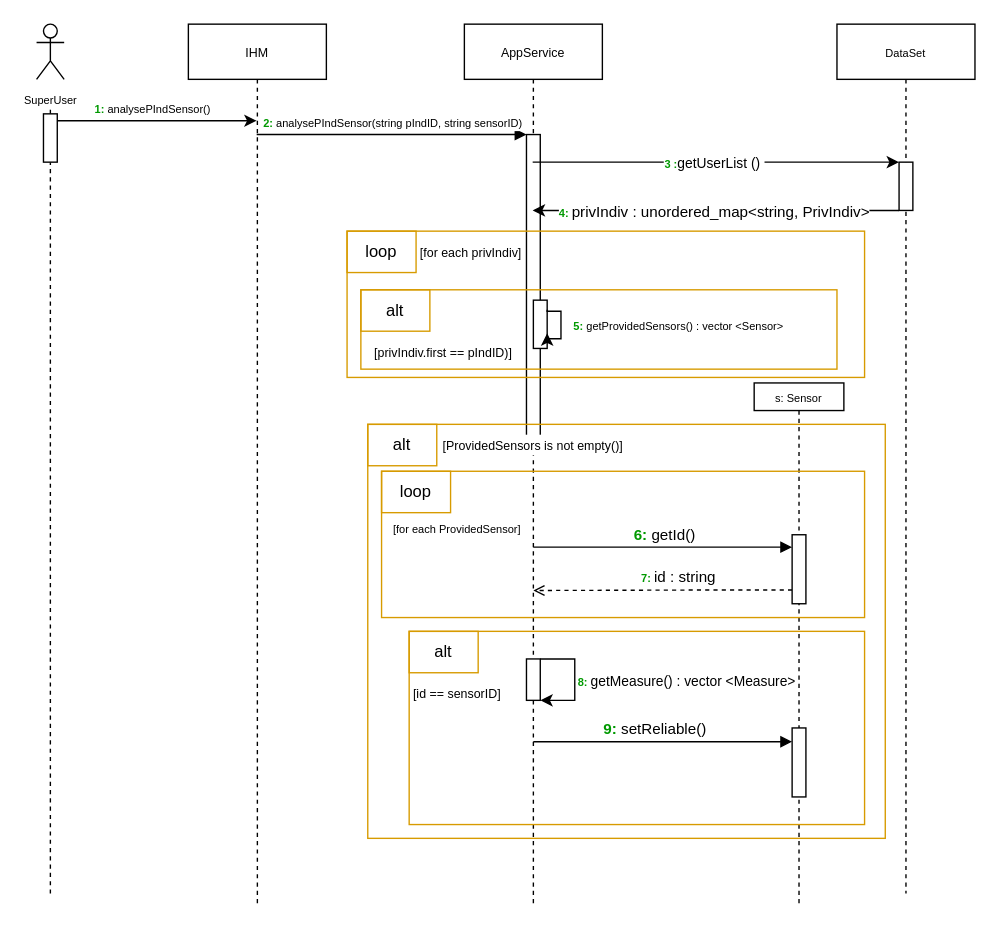
This is UML stuff/seqDiagSetReliable.drawio from NourJadiri/AirWatcher, a draw.io file, before an edit. Source tidied: cells renumbered, new cells numbered last; positions are measured from the earlier drawing's top-left corner, leaving out a move shared by most shapes. Both pictures are drawn from the tidied source at 138%, with x=0, y=0 at pixel (36, 23).
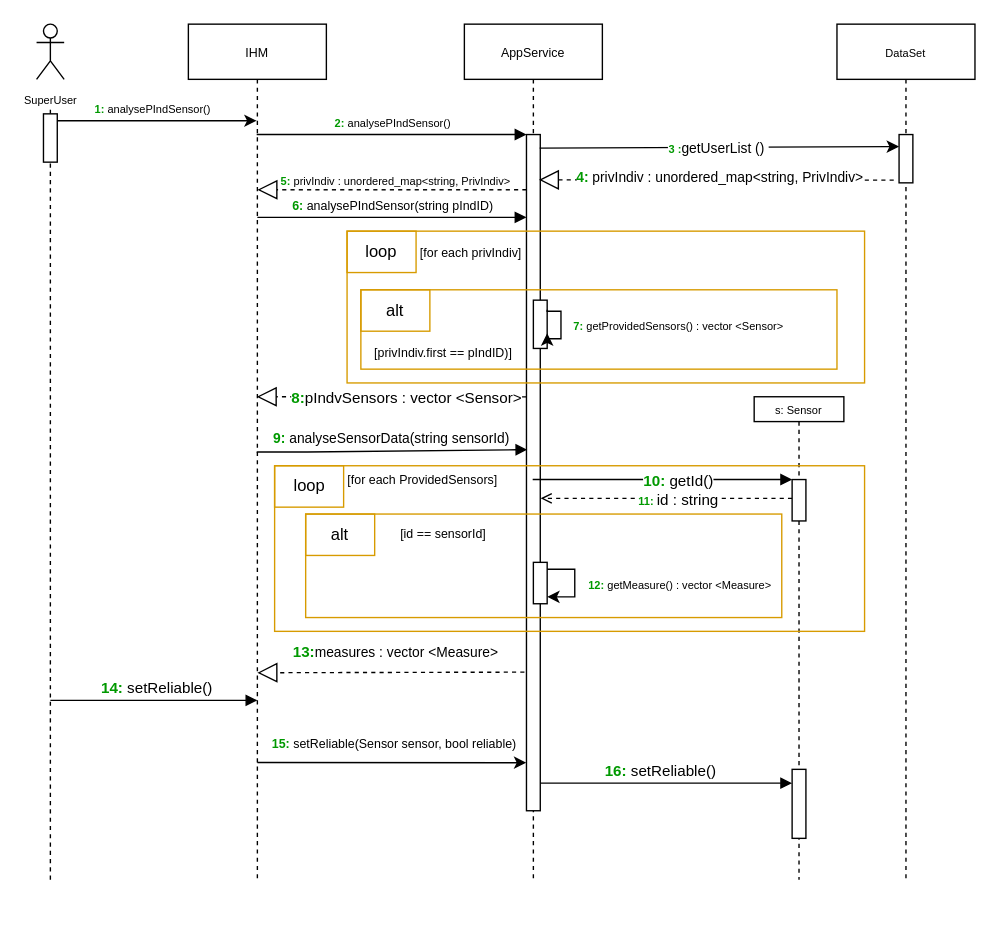
After the change.

The change refers to these unchanged cells:
```xml
<mxCell id="9" style="rounded=0;whiteSpace=wrap;html=1;" parent="1" vertex="1">
  <mxGeometry x="5" y="65" width="10" height="35" as="geometry" />
</mxCell>
```

Change to the diagram source:
```diff
@@
     <mxCell id="2" value="&lt;font style=&quot;font-size: 9px;&quot;&gt;AppService&lt;/font&gt;" style="shape=umlLifeline;perimeter=lifelinePerimeter;whiteSpace=wrap;html=1;outlineConnect=0;portConstraint=eastwest;newEdgeStyle={&quot;edgeStyle&quot;:&quot;elbowEdgeStyle&quot;,&quot;elbow&quot;:&quot;vertical&quot;,&quot;curved&quot;:0,&quot;rounded&quot;:0};" parent="1" vertex="1">
-      <mxGeometry x="310" width="100" height="640" as="geometry" />
+      <mxGeometry x="310" width="100" height="620" as="geometry" />
     </mxCell>
-    <mxCell id="3" value="&lt;font style=&quot;font-size: 8px;&quot;&gt;&lt;b&gt;&lt;font color=&quot;#009900&quot;&gt;2:&lt;/font&gt; &lt;/b&gt;analysePIndSensor(string pIndID, string sensorID)&lt;/font&gt;" style="html=1;verticalAlign=bottom;endArrow=block;edgeStyle=elbowEdgeStyle;elbow=vertical;curved=0;rounded=0;" parent="1" edge="1" source="10">
+    <mxCell id="3" value="&lt;font style=&quot;font-size: 8px;&quot;&gt;&lt;b&gt;&lt;font color=&quot;#009900&quot;&gt;2:&lt;/font&gt; &lt;/b&gt;analysePIndSensor()&lt;/font&gt;" style="html=1;verticalAlign=bottom;endArrow=block;edgeStyle=elbowEdgeStyle;elbow=vertical;curved=0;rounded=0;" parent="1" edge="1" source="10">
       <mxGeometry relative="1" as="geometry">
         <mxPoint x="355" y="80" as="targetPoint" />
         <Array as="points">
           <mxPoint x="270" y="80" />
         </Array>
       </mxGeometry>
     </mxCell>
     <mxCell id="4" value="&lt;font style=&quot;font-size: 8px;&quot;&gt;DataSet&lt;br&gt;&lt;/font&gt;" style="shape=umlLifeline;perimeter=lifelinePerimeter;whiteSpace=wrap;html=1;newEdgeStyle={&quot;edgeStyle&quot;:&quot;elbowEdgeStyle&quot;,&quot;elbow&quot;:&quot;vertical&quot;,&quot;curved&quot;:0,&quot;rounded&quot;:0};" parent="1" vertex="1">
-      <mxGeometry x="580" width="100" height="630" as="geometry" />
+      <mxGeometry x="580" width="100" height="620" as="geometry" />
     </mxCell>
     <mxCell id="5" style="rounded=0;whiteSpace=wrap;html=1;" parent="1" vertex="1">
-      <mxGeometry x="355" y="80" width="10" height="230" as="geometry" />
+      <mxGeometry x="355" y="80" width="10" height="490" as="geometry" />
     </mxCell>
@@
     <mxCell id="8" style="endArrow=none;dashed=1;html=1;rounded=0;" parent="1" edge="1" target="9">
       <mxGeometry relative="1" as="geometry">
-        <mxPoint x="10" y="630" as="sourcePoint" />
+        <mxPoint x="10" y="620" as="sourcePoint" />
       </mxGeometry>
     </mxCell>
@@
     <mxCell id="10" value="&lt;font style=&quot;font-size: 9px;&quot;&gt;IHM&lt;/font&gt;" style="shape=umlLifeline;perimeter=lifelinePerimeter;whiteSpace=wrap;html=1;outlineConnect=0;portConstraint=eastwest;newEdgeStyle={&quot;edgeStyle&quot;:&quot;elbowEdgeStyle&quot;,&quot;elbow&quot;:&quot;vertical&quot;,&quot;curved&quot;:0,&quot;rounded&quot;:0};" parent="1" vertex="1">
-      <mxGeometry x="110" width="100" height="640" as="geometry" />
+      <mxGeometry x="110" width="100" height="620" as="geometry" />
     </mxCell>
@@
-    <mxCell id="14" value="&lt;font style=&quot;font-size: 8px;&quot;&gt;&lt;b style=&quot;border-color: var(--border-color);&quot;&gt;&lt;font style=&quot;border-color: var(--border-color);&quot; color=&quot;#009900&quot;&gt;5:&lt;/font&gt;&amp;nbsp;&lt;/b&gt;getProvidedSensors() : vector &amp;lt;Sensor&amp;gt;&lt;/font&gt;" style="text;html=1;align=center;verticalAlign=middle;strokeColor=none;fillColor=none;" parent="1" vertex="1">
+    <mxCell id="14" value="&lt;font style=&quot;font-size: 8px;&quot;&gt;&lt;b style=&quot;border-color: var(--border-color);&quot;&gt;&lt;font style=&quot;border-color: var(--border-color);&quot; color=&quot;#009900&quot;&gt;7:&lt;/font&gt;&amp;nbsp;&lt;/b&gt;getProvidedSensors() : vector &amp;lt;Sensor&amp;gt;&lt;/font&gt;" style="text;html=1;align=center;verticalAlign=middle;strokeColor=none;fillColor=none;" parent="1" vertex="1">
       <mxGeometry x="375" y="202.5" width="180" height="30" as="geometry" />
     </mxCell>
@@
-    <mxCell id="16" style="endArrow=block;html=1;rounded=0;endFill=1;" parent="1" edge="1" target="44">
+    <mxCell id="16" style="endArrow=block;html=1;rounded=0;endFill=1;" parent="1" edge="1" source="2" target="44">
       <mxGeometry relative="1" as="geometry">
-        <mxPoint x="360" y="379" as="sourcePoint" />
         <Array as="points">
-          <mxPoint x="400" y="379" />
+          <mxPoint x="370" y="330" />
         </Array>
       </mxGeometry>
     </mxCell>
-    <mxCell id="17" value="&lt;b style=&quot;border-color: var(--border-color); caret-color: rgb(0, 153, 0); color: rgb(0, 153, 0);&quot;&gt;6:&amp;nbsp;&lt;/b&gt;getId()" style="edgeLabel;html=1;align=center;verticalAlign=middle;" parent="16" vertex="1">
+    <mxCell id="17" value="&lt;b style=&quot;border-color: var(--border-color); caret-color: rgb(0, 153, 0); color: rgb(0, 153, 0);&quot;&gt;10:&amp;nbsp;&lt;/b&gt;getId()" style="edgeLabel;html=1;align=center;verticalAlign=middle;" parent="16" vertex="1">
       <mxGeometry x="-0.41" y="2" relative="1" as="geometry">
-        <mxPoint x="39" y="-8" as="offset" />
+        <mxPoint x="50" y="2" as="offset" />
       </mxGeometry>
     </mxCell>
-    <mxCell id="18" style="endArrow=open;html=1;rounded=0;endFill=0;dashed=1;entryX=1.055;entryY=0.269;entryDx=0;entryDy=0;entryPerimeter=0;" parent="1" edge="1" source="44">
-      <mxGeometry relative="1" as="geometry">
-        <mxPoint x="360" y="410.4" as="targetPoint" />
-        <Array as="points">
-          <mxPoint x="500" y="410" />
-        </Array>
-      </mxGeometry>
+    <mxCell id="18" style="endArrow=open;html=1;rounded=0;endFill=0;dashed=1;entryX=1.024;entryY=0.538;entryDx=0;entryDy=0;entryPerimeter=0;" parent="1" edge="1" source="44" target="5">
+      <mxGeometry relative="1" as="geometry" />
     </mxCell>
-    <mxCell id="19" value="&lt;b style=&quot;font-size: 8px;&quot;&gt;&lt;font color=&quot;#009900&quot;&gt;7:&amp;nbsp;&lt;/font&gt;&lt;/b&gt;id : string" style="edgeLabel;html=1;align=center;verticalAlign=middle;" parent="18" vertex="1">
+    <mxCell id="19" value="&lt;b style=&quot;font-size: 8px;&quot;&gt;&lt;font color=&quot;#009900&quot;&gt;11:&amp;nbsp;&lt;/font&gt;&lt;/b&gt;id : string" style="edgeLabel;html=1;align=center;verticalAlign=middle;" parent="18" vertex="1">
       <mxGeometry x="0.28" y="1" relative="1" as="geometry">
-        <mxPoint x="37" y="-11" as="offset" />
+        <mxPoint x="34" as="offset" />
       </mxGeometry>
     </mxCell>
-    <mxCell id="20" style="endArrow=classic;html=1;rounded=0;entryX=0;entryY=0;entryDx=0;entryDy=0;" parent="1" edge="1" source="2" target="22">
-      <mxGeometry relative="1" as="geometry">
-        <Array as="points">
-          <mxPoint x="420" y="100" />
-        </Array>
-      </mxGeometry>
+    <mxCell id="20" style="endArrow=classic;html=1;rounded=0;exitX=0.957;exitY=0.02;exitDx=0;exitDy=0;exitPerimeter=0;entryX=0;entryY=0.25;entryDx=0;entryDy=0;" parent="1" edge="1" source="5" target="22">
+      <mxGeometry relative="1" as="geometry" />
     </mxCell>
@@
     <mxCell id="22" style="whiteSpace=wrap;html=1;" parent="1" vertex="1">
-      <mxGeometry x="625" y="100" width="10" height="35" as="geometry" />
+      <mxGeometry x="625" y="80" width="10" height="35" as="geometry" />
     </mxCell>
-    <mxCell id="23" style="endArrow=classic;html=1;rounded=0;exitX=0;exitY=1;exitDx=0;exitDy=0;" parent="1" edge="1" source="22" target="2">
-      <mxGeometry relative="1" as="geometry" />
-    </mxCell>
-    <mxCell id="24" value="&lt;b style=&quot;font-size: 8px;&quot;&gt;&lt;font color=&quot;#009900&quot;&gt;4:&amp;nbsp;&lt;/font&gt;&lt;/b&gt;privIndiv : unordered_map&amp;lt;string, PrivIndiv&amp;gt;" style="edgeLabel;html=1;align=center;verticalAlign=middle;" parent="23" vertex="1">
-      <mxGeometry x="0.11" y="1" relative="1" as="geometry">
-        <mxPoint x="12" y="-1" as="offset" />
-      </mxGeometry>
-    </mxCell>
@@
     <mxCell id="30" value="alt" style="rounded=0;whiteSpace=wrap;html=1;fillColor=none;strokeColor=#d79b00;" parent="1" vertex="1">
-      <mxGeometry x="240" y="290" width="50" height="30" as="geometry" />
+      <mxGeometry x="195" y="355" width="50" height="30" as="geometry" />
     </mxCell>
     <mxCell id="31" style="rounded=0;whiteSpace=wrap;html=1;fillColor=none;strokeColor=#d79b00;" parent="1" vertex="1">
-      <mxGeometry x="225" y="150" width="375" height="106" as="geometry" />
+      <mxGeometry x="225" y="150" width="375" height="110" as="geometry" />
     </mxCell>
-    <mxCell id="32" value="loop" style="rounded=0;whiteSpace=wrap;html=1;fillColor=none;strokeColor=#d79b00;" parent="1" vertex="1">
-      <mxGeometry x="250" y="324" width="50" height="30" as="geometry" />
-    </mxCell>
-    <mxCell id="33" value="&lt;font style=&quot;font-size: 9px;&quot;&gt;[ProvidedSensors is not empty()]&lt;/font&gt;" style="text;html=1;strokeColor=none;fillColor=none;align=center;verticalAlign=middle;whiteSpace=wrap;rounded=0;labelBackgroundColor=default;" parent="1" vertex="1">
-      <mxGeometry x="285" y="290" width="150" height="30" as="geometry" />
-    </mxCell>
-    <mxCell id="34" value="alt" style="rounded=0;whiteSpace=wrap;html=1;fillColor=none;strokeColor=#d79b00;" parent="1" vertex="1">
-      <mxGeometry x="270" y="440" width="50" height="30" as="geometry" />
-    </mxCell>
-    <mxCell id="35" value="&lt;font style=&quot;font-size: 9px;&quot;&gt;[id == sensorID]&lt;/font&gt;" style="text;html=1;strokeColor=none;fillColor=none;align=center;verticalAlign=middle;whiteSpace=wrap;rounded=0;labelBackgroundColor=default;" parent="1" vertex="1">
-      <mxGeometry x="230" y="470" width="150" height="30" as="geometry" />
+    <mxCell id="35" value="&lt;font style=&quot;font-size: 9px;&quot;&gt;[id == sensorId]&lt;/font&gt;" style="text;html=1;strokeColor=none;fillColor=none;align=center;verticalAlign=middle;whiteSpace=wrap;rounded=0;labelBackgroundColor=default;" parent="1" vertex="1">
+      <mxGeometry x="220" y="353.5" width="150" height="30" as="geometry" />
     </mxCell>
     <mxCell id="36" style="endArrow=block;html=1;rounded=0;endFill=1;" parent="1" edge="1" target="43">
       <mxGeometry relative="1" as="geometry">
-        <mxPoint x="360" y="520" as="sourcePoint" />
+        <mxPoint x="365" y="550" as="sourcePoint" />
         <Array as="points">
-          <mxPoint x="400" y="520" />
+          <mxPoint x="405" y="550" />
         </Array>
       </mxGeometry>
     </mxCell>
-    <mxCell id="37" value="&lt;b style=&quot;border-color: var(--border-color); caret-color: rgb(0, 153, 0); color: rgb(0, 153, 0);&quot;&gt;9:&amp;nbsp;&lt;/b&gt;setReliable()" style="edgeLabel;html=1;align=center;verticalAlign=middle;" parent="36" vertex="1">
+    <mxCell id="37" value="&lt;b style=&quot;border-color: var(--border-color); caret-color: rgb(0, 153, 0); color: rgb(0, 153, 0);&quot;&gt;16:&amp;nbsp;&lt;/b&gt;setReliable()" style="edgeLabel;html=1;align=center;verticalAlign=middle;" parent="36" vertex="1">
       <mxGeometry x="-0.41" y="2" relative="1" as="geometry">
         <mxPoint x="32" y="-8" as="offset" />
       </mxGeometry>
     </mxCell>
-    <mxCell id="38" style="html=1;points=[];perimeter=orthogonalPerimeter;outlineConnect=0;targetShapes=umlLifeline;portConstraint=eastwest;newEdgeStyle={&quot;edgeStyle&quot;:&quot;elbowEdgeStyle&quot;,&quot;elbow&quot;:&quot;vertical&quot;,&quot;curved&quot;:0,&quot;rounded&quot;:0};" parent="1" vertex="1">
-      <mxGeometry x="355" y="460" width="10" height="30" as="geometry" />
-    </mxCell>
-    <mxCell id="39" style="endArrow=classic;html=1;rounded=0;" parent="1" edge="1" source="38" target="38">
-      <mxGeometry relative="1" as="geometry">
-        <Array as="points">
-          <mxPoint x="390" y="460" />
-        </Array>
-      </mxGeometry>
-    </mxCell>
-    <mxCell id="40" value="&lt;font style=&quot;font-size: 10px;&quot;&gt;&lt;b style=&quot;font-size: 8px;&quot;&gt;&lt;font color=&quot;#009900&quot;&gt;8:&amp;nbsp;&lt;/font&gt;&lt;/b&gt;getMeasure() : vector &amp;lt;Measure&amp;gt;&lt;/font&gt;" style="edgeLabel;html=1;align=center;verticalAlign=middle;" parent="39" vertex="1">
-      <mxGeometry x="0.01" relative="1" as="geometry">
-        <mxPoint x="80" as="offset" />
-      </mxGeometry>
-    </mxCell>
-    <mxCell id="41" value="&lt;font style=&quot;font-size: 8px;&quot;&gt;[for each ProvidedSensor]&lt;/font&gt;" style="text;html=1;strokeColor=none;fillColor=none;align=center;verticalAlign=middle;whiteSpace=wrap;rounded=0;labelBackgroundColor=default;" parent="1" vertex="1">
-      <mxGeometry x="230" y="350" width="150" height="30" as="geometry" />
-    </mxCell>
-    <mxCell id="42" value="&lt;font style=&quot;font-size: 8px;&quot;&gt;s: Sensor&lt;br&gt;&lt;/font&gt;" style="shape=umlLifeline;perimeter=lifelinePerimeter;whiteSpace=wrap;html=1;newEdgeStyle={&quot;edgeStyle&quot;:&quot;elbowEdgeStyle&quot;,&quot;elbow&quot;:&quot;vertical&quot;,&quot;curved&quot;:0,&quot;rounded&quot;:0};size=20;" parent="1" vertex="1">
-      <mxGeometry x="520" y="260" width="65" height="380" as="geometry" />
+    <mxCell id="42" value="&lt;font style=&quot;font-size: 8px;&quot;&gt;s: Sensor&lt;br&gt;&lt;/font&gt;" style="shape=umlLifeline;perimeter=lifelinePerimeter;whiteSpace=wrap;html=1;newEdgeStyle={&quot;edgeStyle&quot;:&quot;elbowEdgeStyle&quot;,&quot;elbow&quot;:&quot;vertical&quot;,&quot;curved&quot;:0,&quot;rounded&quot;:0};size=18;" parent="1" vertex="1">
+      <mxGeometry x="520" y="270" width="65" height="350" as="geometry" />
     </mxCell>
+    <mxCell id="44" style="html=1;points=[];perimeter=orthogonalPerimeter;outlineConnect=0;targetShapes=umlLifeline;portConstraint=eastwest;newEdgeStyle={&quot;edgeStyle&quot;:&quot;elbowEdgeStyle&quot;,&quot;elbow&quot;:&quot;vertical&quot;,&quot;curved&quot;:0,&quot;rounded&quot;:0};" parent="42" vertex="1">
+      <mxGeometry x="27.5" y="60" width="10" height="30" as="geometry" />
+    </mxCell>
     <mxCell id="43" style="html=1;points=[];perimeter=orthogonalPerimeter;outlineConnect=0;targetShapes=umlLifeline;portConstraint=eastwest;newEdgeStyle={&quot;edgeStyle&quot;:&quot;elbowEdgeStyle&quot;,&quot;elbow&quot;:&quot;vertical&quot;,&quot;curved&quot;:0,&quot;rounded&quot;:0};" parent="42" vertex="1">
-      <mxGeometry x="27.5" y="250" width="10" height="50" as="geometry" />
+      <mxGeometry x="27.5" y="270" width="10" height="50" as="geometry" />
     </mxCell>
-    <mxCell id="44" style="html=1;points=[];perimeter=orthogonalPerimeter;outlineConnect=0;targetShapes=umlLifeline;portConstraint=eastwest;newEdgeStyle={&quot;edgeStyle&quot;:&quot;elbowEdgeStyle&quot;,&quot;elbow&quot;:&quot;vertical&quot;,&quot;curved&quot;:0,&quot;rounded&quot;:0};" parent="42" vertex="1">
-      <mxGeometry x="27.5" y="110" width="10" height="50" as="geometry" />
-    </mxCell>
-    <mxCell id="45" style="rounded=0;whiteSpace=wrap;html=1;fillColor=none;strokeColor=#d79b00;" parent="1" vertex="1">
-      <mxGeometry x="240" y="290" width="375" height="300" as="geometry" />
-    </mxCell>
-    <mxCell id="46" style="rounded=0;whiteSpace=wrap;html=1;fillColor=none;strokeColor=#d79b00;" parent="1" vertex="1">
-      <mxGeometry x="250" y="324" width="350" height="106" as="geometry" />
-    </mxCell>
     <mxCell id="47" style="rounded=0;whiteSpace=wrap;html=1;fillColor=none;strokeColor=#d79b00;" parent="1" vertex="1">
-      <mxGeometry x="270" y="440" width="330" height="140" as="geometry" />
+      <mxGeometry x="195" y="355" width="345" height="75" as="geometry" />
     </mxCell>
+    <mxCell id="48" style="endArrow=block;html=1;rounded=0;endFill=1;" parent="1" edge="1">
+      <mxGeometry relative="1" as="geometry">
+        <mxPoint x="10" y="490" as="sourcePoint" />
+        <mxPoint x="160" y="490" as="targetPoint" />
+        <Array as="points">
+          <mxPoint x="50" y="490" />
+        </Array>
+      </mxGeometry>
+    </mxCell>
+    <mxCell id="49" value="&lt;b style=&quot;border-color: var(--border-color); caret-color: rgb(0, 153, 0); color: rgb(0, 153, 0);&quot;&gt;14:&amp;nbsp;&lt;/b&gt;setReliable()" style="edgeLabel;html=1;align=center;verticalAlign=middle;" parent="48" vertex="1">
+      <mxGeometry x="-0.41" y="2" relative="1" as="geometry">
+        <mxPoint x="32" y="-8" as="offset" />
+      </mxGeometry>
+    </mxCell>
+    <mxCell id="50" style="endArrow=block;dashed=1;endFill=0;endSize=12;html=1;rounded=0;exitX=-0.02;exitY=0.388;exitDx=0;exitDy=0;exitPerimeter=0;" parent="1" edge="1" source="5" target="10">
+      <mxGeometry relative="1" as="geometry">
+        <Array as="points">
+          <mxPoint x="210" y="270" />
+        </Array>
+      </mxGeometry>
+    </mxCell>
+    <mxCell id="51" value="&lt;b style=&quot;border-color: var(--border-color); caret-color: rgb(0, 153, 0); color: rgb(0, 153, 0);&quot;&gt;8:&lt;/b&gt;pIndvSensors : vector &amp;lt;Sensor&amp;gt;" style="edgeLabel;html=1;align=center;verticalAlign=middle;" parent="50" vertex="1">
+      <mxGeometry x="0.29" y="-2" relative="1" as="geometry">
+        <mxPoint x="39" y="2" as="offset" />
+      </mxGeometry>
+    </mxCell>
+    <mxCell id="52" style="endArrow=block;html=1;rounded=0;endFill=1;entryX=0.059;entryY=0.466;entryDx=0;entryDy=0;entryPerimeter=0;" parent="1" edge="1" source="10" target="5">
+      <mxGeometry relative="1" as="geometry">
+        <Array as="points">
+          <mxPoint x="196" y="310" />
+        </Array>
+      </mxGeometry>
+    </mxCell>
+    <mxCell id="53" value="&lt;font style=&quot;font-size: 10px;&quot;&gt;&lt;b style=&quot;border-color: var(--border-color); caret-color: rgb(0, 153, 0); color: rgb(0, 153, 0);&quot;&gt;9:&amp;nbsp;&lt;/b&gt;analyseSensorData(string sensorId)&lt;/font&gt;" style="edgeLabel;html=1;align=center;verticalAlign=middle;" parent="52" vertex="1">
+      <mxGeometry x="-0.41" y="2" relative="1" as="geometry">
+        <mxPoint x="39" y="-8" as="offset" />
+      </mxGeometry>
+    </mxCell>
+    <mxCell id="54" style="rounded=0;whiteSpace=wrap;html=1;fillColor=none;strokeColor=#d79b00;" parent="1" vertex="1">
+      <mxGeometry x="172.5" y="320" width="427.5" height="120" as="geometry" />
+    </mxCell>
+    <mxCell id="32" value="loop" style="rounded=0;whiteSpace=wrap;html=1;fillColor=none;strokeColor=#d79b00;" parent="1" vertex="1">
+      <mxGeometry x="172.5" y="320" width="50" height="30" as="geometry" />
+    </mxCell>
+    <mxCell id="55" value="&lt;font style=&quot;font-size: 9px;&quot;&gt;[for each ProvidedSensors]&lt;/font&gt;" style="text;html=1;strokeColor=none;fillColor=none;align=center;verticalAlign=middle;whiteSpace=wrap;rounded=0;labelBackgroundColor=default;" parent="1" vertex="1">
+      <mxGeometry x="205" y="315" width="150" height="30" as="geometry" />
+    </mxCell>
+    <mxCell id="56" style="html=1;points=[];perimeter=orthogonalPerimeter;outlineConnect=0;targetShapes=umlLifeline;portConstraint=eastwest;newEdgeStyle={&quot;edgeStyle&quot;:&quot;elbowEdgeStyle&quot;,&quot;elbow&quot;:&quot;vertical&quot;,&quot;curved&quot;:0,&quot;rounded&quot;:0};" parent="1" vertex="1">
+      <mxGeometry x="360" y="390" width="10" height="30" as="geometry" />
+    </mxCell>
+    <mxCell id="57" style="endArrow=classic;html=1;rounded=0;" parent="1" edge="1" source="56" target="56">
+      <mxGeometry relative="1" as="geometry" />
+    </mxCell>
+    <mxCell id="58" value="&lt;font style=&quot;font-size: 8px;&quot;&gt;&lt;b&gt;&lt;font color=&quot;#009900&quot;&gt;12:&amp;nbsp;&lt;/font&gt;&lt;/b&gt;getMeasure() : vector &amp;lt;Measure&amp;gt;&lt;/font&gt;" style="edgeLabel;html=1;align=center;verticalAlign=middle;" parent="57" vertex="1">
+      <mxGeometry x="-0.07" y="1" relative="1" as="geometry">
+        <mxPoint x="74" y="2" as="offset" />
+      </mxGeometry>
+    </mxCell>
+    <mxCell id="59" style="endArrow=block;dashed=1;endFill=0;endSize=12;html=1;rounded=0;exitX=-0.148;exitY=0.795;exitDx=0;exitDy=0;exitPerimeter=0;" parent="1" edge="1" source="5" target="10">
+      <mxGeometry relative="1" as="geometry">
+        <Array as="points">
+          <mxPoint x="160" y="470" />
+        </Array>
+      </mxGeometry>
+    </mxCell>
+    <mxCell id="60" value="&lt;font style=&quot;font-size: 10px;&quot;&gt;&lt;b style=&quot;border-color: var(--border-color); font-size: 11px; caret-color: rgb(0, 153, 0); color: rgb(0, 153, 0);&quot;&gt;13:&lt;/b&gt;measures : vector &amp;lt;Measure&amp;gt;&lt;/font&gt;" style="edgeLabel;html=1;align=center;verticalAlign=middle;" parent="59" vertex="1">
+      <mxGeometry x="0.19" y="-3" relative="1" as="geometry">
+        <mxPoint x="21" y="-12" as="offset" />
+      </mxGeometry>
+    </mxCell>
+    <mxCell id="61" style="endArrow=classic;html=1;rounded=0;entryX=-0.01;entryY=0.929;entryDx=0;entryDy=0;entryPerimeter=0;" parent="1" edge="1" target="5">
+      <mxGeometry relative="1" as="geometry">
+        <mxPoint x="160" y="535" as="sourcePoint" />
+      </mxGeometry>
+    </mxCell>
+    <mxCell id="62" value="&lt;font style=&quot;font-size: 9px;&quot;&gt;&lt;b style=&quot;border-color: var(--border-color); caret-color: rgb(0, 153, 0); color: rgb(0, 153, 0);&quot;&gt;15:&amp;nbsp;&lt;/b&gt;setReliable(Sensor sensor, bool reliable)&lt;/font&gt;" style="edgeLabel;html=1;align=center;verticalAlign=middle;" parent="61" vertex="1">
+      <mxGeometry x="-0.16" y="3" relative="1" as="geometry">
+        <mxPoint x="16" y="-12" as="offset" />
+      </mxGeometry>
+    </mxCell>
+    <mxCell id="63" style="endArrow=block;dashed=1;endFill=0;endSize=12;html=1;rounded=0;" parent="1" edge="1">
+      <mxGeometry relative="1" as="geometry">
+        <mxPoint x="355" y="120" as="sourcePoint" />
+        <mxPoint x="160" y="120" as="targetPoint" />
+        <Array as="points">
+          <mxPoint x="205" y="120" />
+        </Array>
+      </mxGeometry>
+    </mxCell>
+    <mxCell id="64" value="&lt;font style=&quot;font-size: 8px;&quot;&gt;&lt;b&gt;&lt;font color=&quot;#009900&quot;&gt;5:&amp;nbsp;&lt;/font&gt;&lt;/b&gt;privIndiv : unordered_map&amp;lt;string, PrivIndiv&amp;gt;&lt;/font&gt;" style="edgeLabel;html=1;align=center;verticalAlign=middle;" parent="63" vertex="1">
+      <mxGeometry x="0.29" y="-2" relative="1" as="geometry">
+        <mxPoint x="30" y="-6" as="offset" />
+      </mxGeometry>
+    </mxCell>
+    <mxCell id="65" style="endArrow=block;dashed=1;endFill=0;endSize=12;html=1;rounded=0;exitX=-0.386;exitY=0.943;exitDx=0;exitDy=0;exitPerimeter=0;entryX=0.9;entryY=0.067;entryDx=0;entryDy=0;entryPerimeter=0;" parent="1" edge="1" source="22" target="5">
+      <mxGeometry relative="1" as="geometry" />
+    </mxCell>
+    <mxCell id="24" value="&lt;font style=&quot;font-size: 10px;&quot;&gt;&lt;b&gt;&lt;font color=&quot;#009900&quot;&gt;4:&amp;nbsp;&lt;/font&gt;&lt;/b&gt;privIndiv : unordered_map&amp;lt;string, PrivIndiv&amp;gt;&lt;/font&gt;" style="edgeLabel;html=1;align=center;verticalAlign=middle;" parent="65" vertex="1">
+      <mxGeometry x="0.29" y="-2" relative="1" as="geometry">
+        <mxPoint x="39" as="offset" />
+      </mxGeometry>
+    </mxCell>
+    <mxCell id="66" value="&lt;font style=&quot;font-size: 9px;&quot;&gt;&lt;b&gt;&lt;font color=&quot;#009900&quot;&gt;6:&lt;/font&gt; &lt;/b&gt;analysePIndSensor(string pIndID)&lt;/font&gt;" style="html=1;verticalAlign=bottom;endArrow=block;edgeStyle=elbowEdgeStyle;elbow=vertical;curved=0;rounded=0;" parent="1" edge="1">
+      <mxGeometry relative="1" as="geometry">
+        <mxPoint x="160" y="140" as="sourcePoint" />
+        <mxPoint x="355" y="140" as="targetPoint" />
+        <Array as="points">
+          <mxPoint x="270" y="140" />
+        </Array>
+      </mxGeometry>
+    </mxCell>
```
